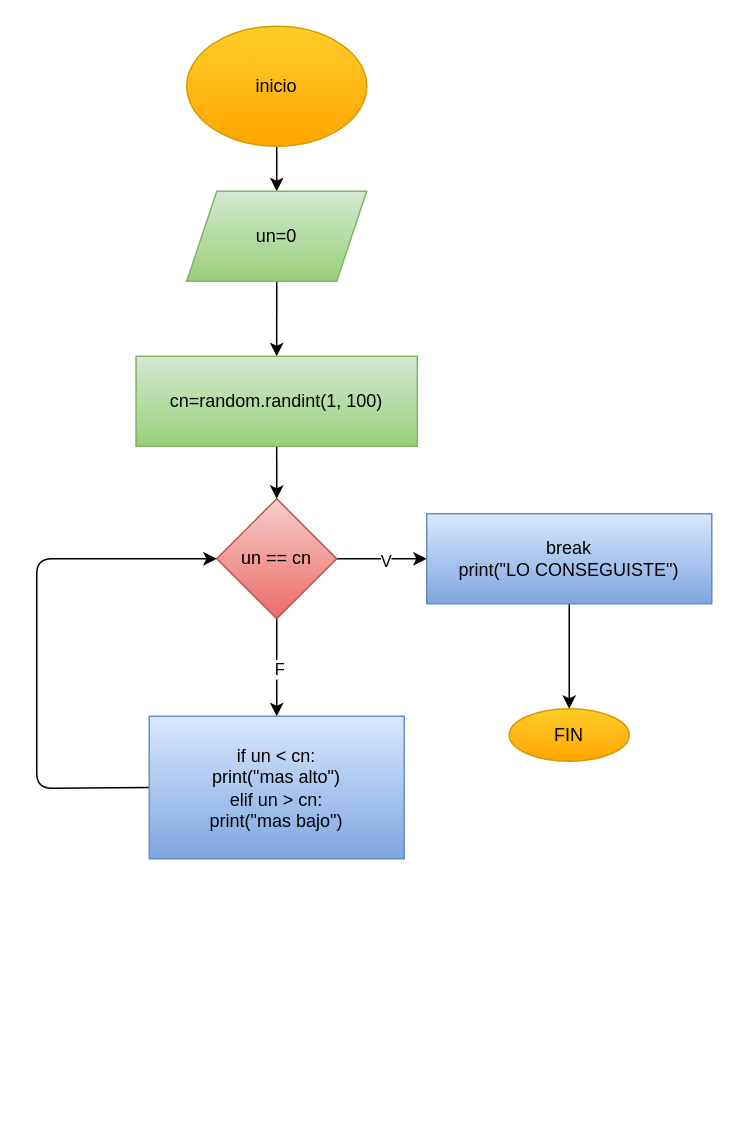
Before: ejercicio 3/diagrama.drawio in JuanManuelDiazOchoa680/Taller-instrucci-n-repetitiva-while, a draw.io diagram. Source tidied: cells renumbered, new cells numbered last; positions are measured from the earlier drawing's top-left corner, leaving out a move shared by most shapes. Both pictures are drawn from the tidied source at 150%, with x=0, y=0 at pixel (36, 26).
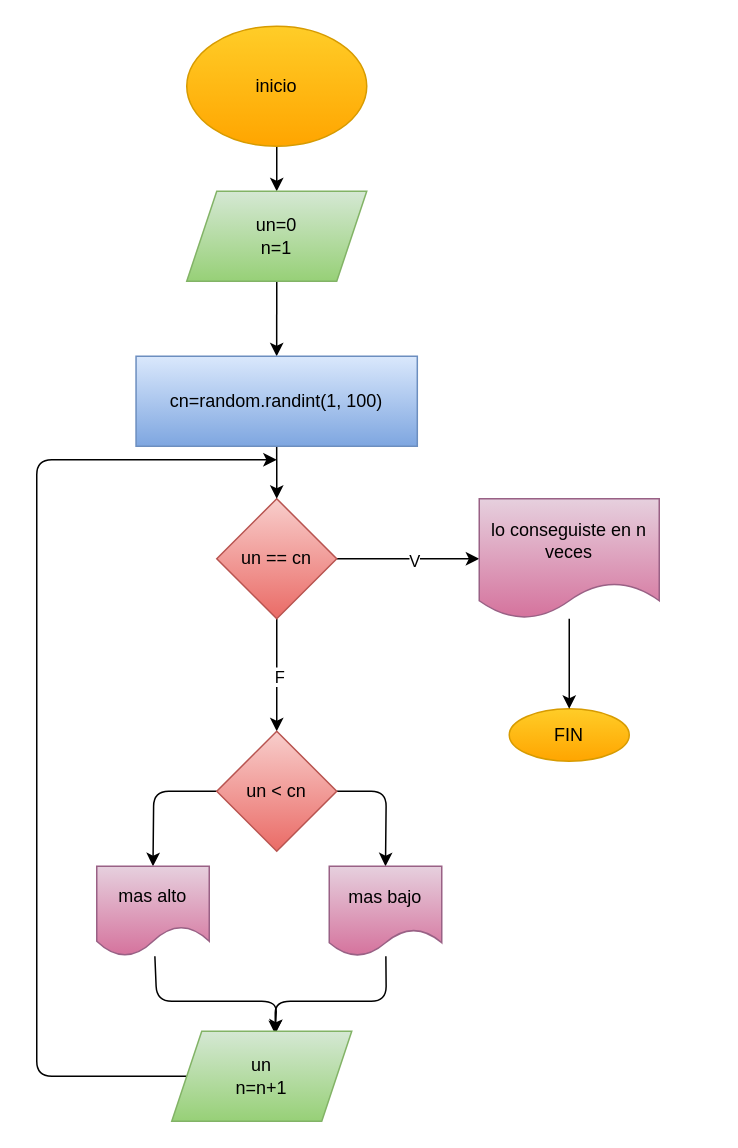
The same page after the edit.

The change refers to these unchanged cells:
```xml
<mxCell id="10" value="un == cn" style="rhombus;whiteSpace=wrap;html=1;fillColor=#f8cecc;gradientColor=#ea6b66;strokeColor=#b85450;" parent="1" vertex="1">
  <mxGeometry x="120" y="315" width="80" height="80" as="geometry" />
</mxCell>
<mxCell id="14" value="FIN" style="ellipse;whiteSpace=wrap;html=1;fillColor=#ffcd28;gradientColor=#ffa500;strokeColor=#d79b00;" parent="1" vertex="1">
  <mxGeometry x="315" y="455" width="80" height="35" as="geometry" />
</mxCell>
```

The edit, as a diff of the source:
```diff
@@
-    <mxCell id="5" value="un=0" style="shape=parallelogram;perimeter=parallelogramPerimeter;whiteSpace=wrap;html=1;fixedSize=1;fillColor=#d5e8d4;gradientColor=#97d077;strokeColor=#82b366;" parent="1" vertex="1">
+    <mxCell id="5" value="un=0&lt;div&gt;n=1&lt;/div&gt;" style="shape=parallelogram;perimeter=parallelogramPerimeter;whiteSpace=wrap;html=1;fixedSize=1;fillColor=#d5e8d4;gradientColor=#97d077;strokeColor=#82b366;" parent="1" vertex="1">
       <mxGeometry x="100" y="110" width="120" height="60" as="geometry" />
     </mxCell>
-    <mxCell id="6" style="edgeStyle=none;html=1;" parent="1" edge="1" source="10" target="13">
+    <mxCell id="6" style="edgeStyle=none;html=1;entryX=0;entryY=0.5;entryDx=0;entryDy=0;" parent="1" edge="1" source="10" target="28">
       <mxGeometry relative="1" as="geometry" />
     </mxCell>
@@
-    <mxCell id="8" style="edgeStyle=none;html=1;" parent="1" edge="1" source="10" target="17">
+    <mxCell id="8" style="edgeStyle=none;html=1;entryX=0.5;entryY=0;entryDx=0;entryDy=0;" parent="1" edge="1" source="10" target="20">
       <mxGeometry relative="1" as="geometry" />
     </mxCell>
@@
-    <mxCell id="11" style="edgeStyle=none;html=1;entryX=0;entryY=0.5;entryDx=0;entryDy=0;exitX=0;exitY=0.5;exitDx=0;exitDy=0;" parent="1" edge="1" source="17" target="10">
-      <mxGeometry relative="1" as="geometry">
-        <Array as="points">
-          <mxPoint y="508" />
-          <mxPoint y="355" />
-        </Array>
-      </mxGeometry>
-    </mxCell>
-    <mxCell id="12" style="edgeStyle=none;html=1;" parent="1" edge="1" source="13" target="14">
-      <mxGeometry relative="1" as="geometry" />
-    </mxCell>
-    <mxCell id="13" value="break&lt;div&gt;print(&quot;LO CONSEGUISTE&quot;)&lt;/div&gt;" style="whiteSpace=wrap;html=1;fillColor=#dae8fc;gradientColor=#7ea6e0;strokeColor=#6c8ebf;" parent="1" vertex="1">
-      <mxGeometry x="260" y="325" width="190" height="60" as="geometry" />
-    </mxCell>
@@
-    <mxCell id="16" value="cn=random.randint(1, 100)" style="whiteSpace=wrap;html=1;fillColor=#d5e8d4;strokeColor=#82b366;gradientColor=#97d077;" parent="1" vertex="1">
+    <mxCell id="16" value="cn=random.randint(1, 100)" style="whiteSpace=wrap;html=1;fillColor=#dae8fc;strokeColor=#6c8ebf;gradientColor=#7ea6e0;" parent="1" vertex="1">
       <mxGeometry x="66.2" y="220" width="187.5" height="60" as="geometry" />
     </mxCell>
-    <mxCell id="17" value="if un &amp;lt; cn:&lt;div&gt;print(&quot;mas alto&quot;)&lt;/div&gt;&lt;div&gt;elif un &amp;gt; cn:&lt;/div&gt;&lt;div&gt;print(&quot;mas bajo&quot;)&lt;/div&gt;" style="whiteSpace=wrap;html=1;fillColor=#dae8fc;strokeColor=#6c8ebf;gradientColor=#7ea6e0;" parent="1" vertex="1">
-      <mxGeometry x="75" y="460" width="170" height="95" as="geometry" />
-    </mxCell>
+    <mxCell id="18" style="edgeStyle=none;html=1;entryX=0.5;entryY=0;entryDx=0;entryDy=0;" parent="1" edge="1" source="20" target="24">
+      <mxGeometry relative="1" as="geometry">
+        <Array as="points">
+          <mxPoint x="78" y="510" />
+        </Array>
+      </mxGeometry>
+    </mxCell>
+    <mxCell id="19" style="edgeStyle=none;html=1;entryX=0.5;entryY=0;entryDx=0;entryDy=0;" parent="1" edge="1" source="20" target="22">
+      <mxGeometry relative="1" as="geometry">
+        <Array as="points">
+          <mxPoint x="233" y="510" />
+        </Array>
+      </mxGeometry>
+    </mxCell>
+    <mxCell id="20" value="un &amp;lt; cn" style="rhombus;whiteSpace=wrap;html=1;fillColor=#f8cecc;gradientColor=#ea6b66;strokeColor=#b85450;" parent="1" vertex="1">
+      <mxGeometry x="120" y="470" width="80" height="80" as="geometry" />
+    </mxCell>
+    <mxCell id="21" style="edgeStyle=none;html=1;entryX=0.575;entryY=0.033;entryDx=0;entryDy=0;entryPerimeter=0;" parent="1" edge="1" source="22" target="26">
+      <mxGeometry relative="1" as="geometry">
+        <Array as="points">
+          <mxPoint x="233" y="650" />
+          <mxPoint x="159" y="650" />
+        </Array>
+      </mxGeometry>
+    </mxCell>
+    <mxCell id="22" value="mas bajo" style="shape=document;whiteSpace=wrap;html=1;boundedLbl=1;fillColor=#e6d0de;gradientColor=#d5739d;strokeColor=#996185;" parent="1" vertex="1">
+      <mxGeometry x="195" y="560" width="75" height="60" as="geometry" />
+    </mxCell>
+    <mxCell id="23" style="edgeStyle=none;html=1;entryX=0.575;entryY=0.017;entryDx=0;entryDy=0;entryPerimeter=0;" parent="1" edge="1" source="24" target="26">
+      <mxGeometry relative="1" as="geometry">
+        <Array as="points">
+          <mxPoint x="80" y="650" />
+          <mxPoint x="160" y="650" />
+        </Array>
+      </mxGeometry>
+    </mxCell>
+    <mxCell id="24" value="mas alto" style="shape=document;whiteSpace=wrap;html=1;boundedLbl=1;size=0.3333333333333333;fillColor=#e6d0de;gradientColor=#d5739d;strokeColor=#996185;" parent="1" vertex="1">
+      <mxGeometry x="40" y="560" width="75" height="60" as="geometry" />
+    </mxCell>
+    <mxCell id="25" style="edgeStyle=none;html=1;" parent="1" edge="1" source="26">
+      <mxGeometry relative="1" as="geometry">
+        <mxPoint x="160" y="289" as="targetPoint" />
+        <Array as="points">
+          <mxPoint y="700" />
+          <mxPoint y="289" />
+        </Array>
+      </mxGeometry>
+    </mxCell>
+    <mxCell id="26" value="un&lt;div&gt;n=n+1&lt;/div&gt;" style="shape=parallelogram;perimeter=parallelogramPerimeter;whiteSpace=wrap;html=1;fixedSize=1;fillColor=#d5e8d4;gradientColor=#97d077;strokeColor=#82b366;" parent="1" vertex="1">
+      <mxGeometry x="90" y="670" width="120" height="60" as="geometry" />
+    </mxCell>
+    <mxCell id="27" style="edgeStyle=none;html=1;entryX=0.5;entryY=0;entryDx=0;entryDy=0;" parent="1" edge="1" source="28" target="14">
+      <mxGeometry relative="1" as="geometry" />
+    </mxCell>
+    <mxCell id="28" value="lo conseguiste en n veces" style="shape=document;whiteSpace=wrap;html=1;boundedLbl=1;fillColor=#e6d0de;gradientColor=#d5739d;strokeColor=#996185;" parent="1" vertex="1">
+      <mxGeometry x="295" y="315" width="120" height="80" as="geometry" />
+    </mxCell>
```
